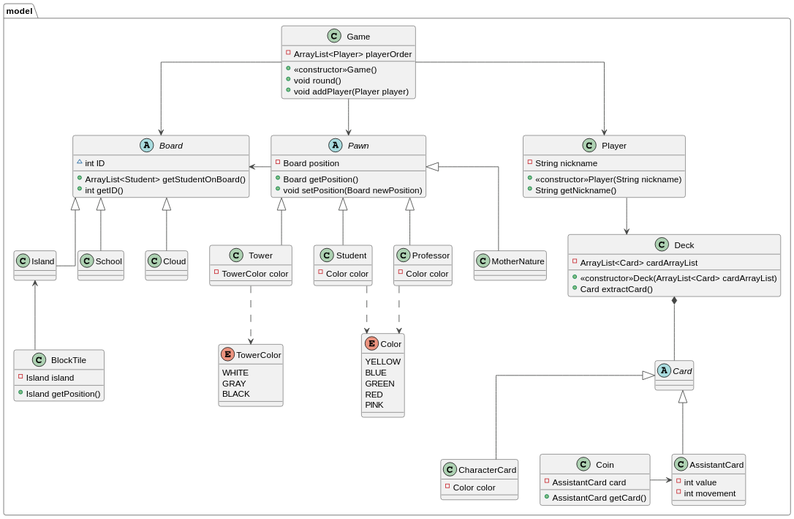
Earlier version of the PlantUML export uml/initial_uml.svg (nicolozambon/ing-sw-2022-sciarrabba-sironi-zambon).
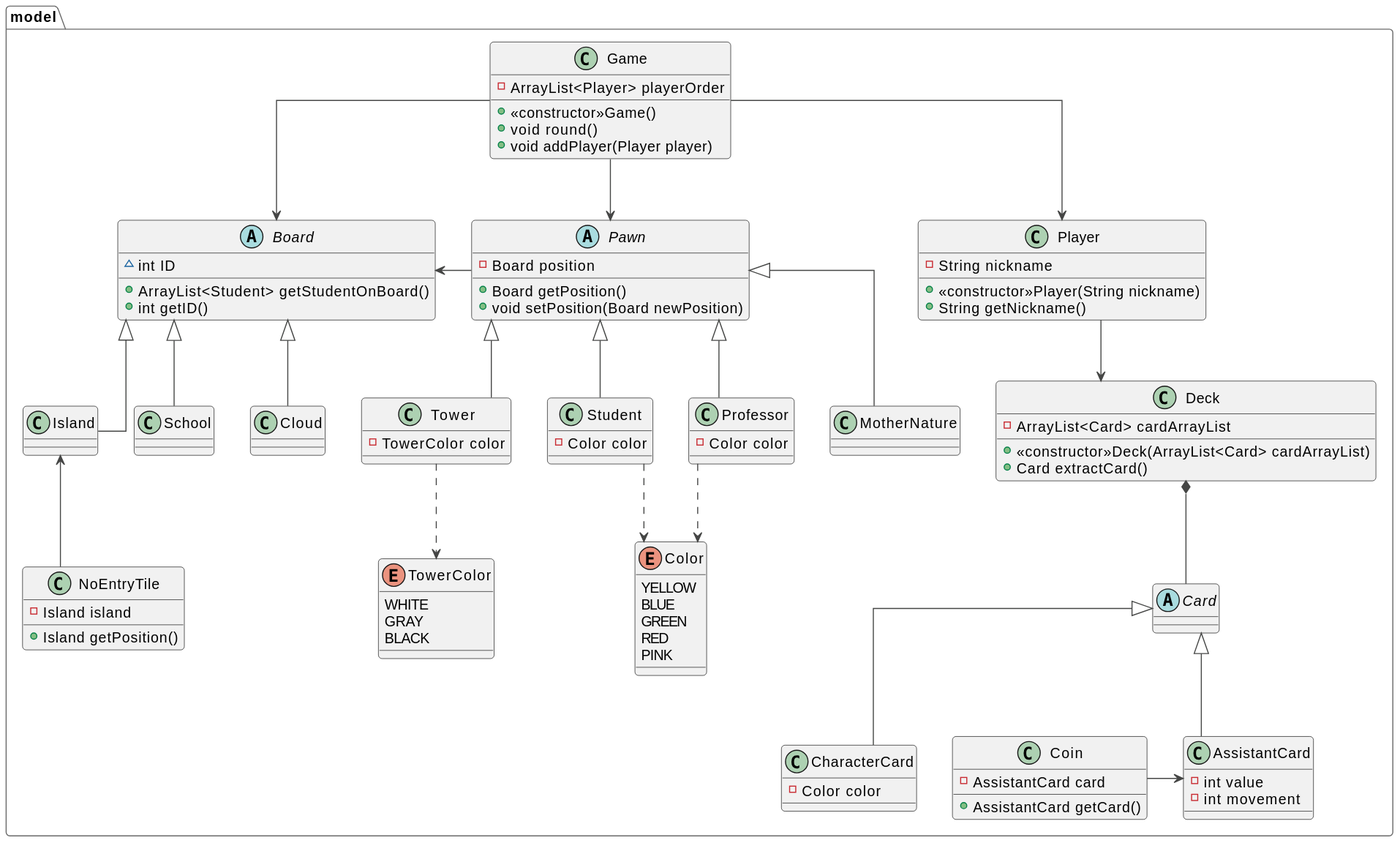
Later version of the same file.

What changed in the source:
```diff
@@ -91,12 +91,12 @@
         + AssistantCard getCard()
     }
 
-    class BlockTile {
+    class NoEntryTile {
         - Island island
         + Island getPosition()
     }
 
-    BlockTile -UP-> Island
+    NoEntryTile -UP-> Island
     Coin -RIGHT-> AssistantCard
 
     Card <|-DOWN- AssistantCard
```
